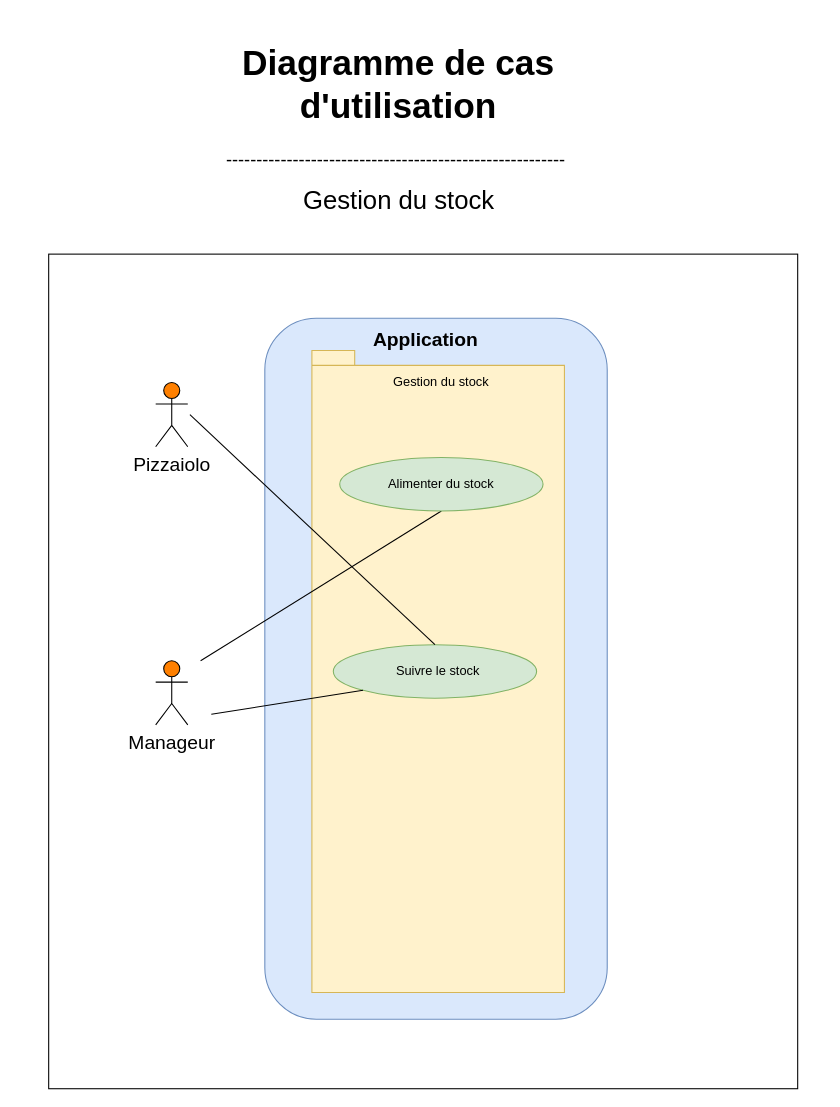
Above: page "Gestion du stock" (4 of 5) of Use case Diagram.drawio in Maayaavi/OC_Project_4 (draw.io), before the change. Source tidied: cells renumbered, new cells numbered last; positions are measured from the earlier drawing's top-left corner, leaving out a move shared by most shapes. Both pictures are drawn from the tidied source at 107%, with x=0, y=0 at pixel (48, 29).
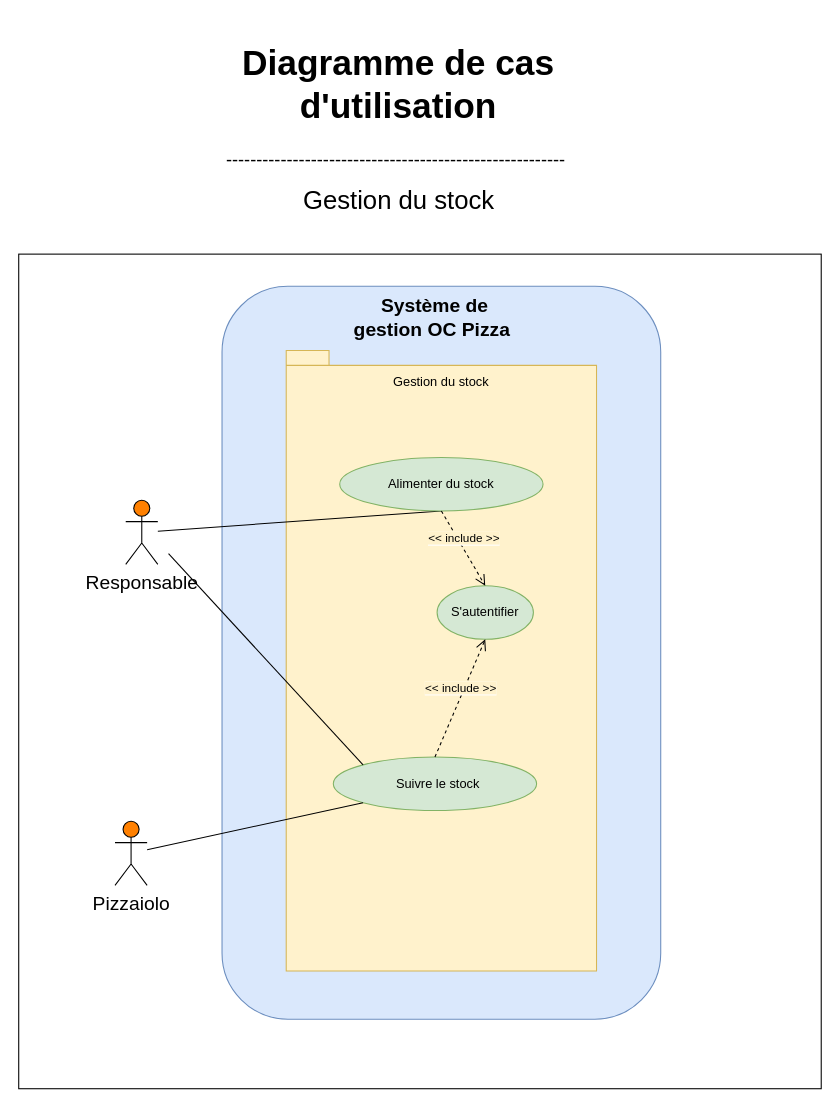
The same diagram, later.

Unchanged cells that the change refers to:
```xml
<mxCell id="10" style="ellipse;whiteSpace=wrap;html=1;fillColor=#d5e8d4;strokeColor=#82b366;" parent="1" vertex="1">
  <mxGeometry x="272" y="400" width="190" height="50" as="geometry" />
</mxCell>
```

What changed in the source:
```diff
@@
     <mxCell id="2" style="whiteSpace=wrap;html=1;" parent="1" vertex="1">
-      <mxGeometry y="210" width="700" height="780" as="geometry" />
+      <mxGeometry x="-28" y="210" width="750" height="780" as="geometry" />
     </mxCell>
@@
     <mxCell id="4" style="rounded=1;whiteSpace=wrap;html=1;fillColor=#dae8fc;strokeColor=#6c8ebf;" parent="1" vertex="1">
-      <mxGeometry x="202" y="270" width="320" height="655" as="geometry" />
+      <mxGeometry x="162" y="240" width="410" height="685" as="geometry" />
     </mxCell>
-    <mxCell id="5" value="Application&amp;nbsp;" style="text;html=1;strokeColor=none;fillColor=none;align=center;verticalAlign=middle;whiteSpace=wrap;rounded=0;fontSize=18;fontStyle=1;glass=0;gradientColor=none;" parent="1" vertex="1">
-      <mxGeometry x="275" y="260" width="160" height="60" as="geometry" />
+    <mxCell id="5" value="Système de gestion OC Pizza&amp;nbsp;" style="text;html=1;strokeColor=none;fillColor=none;align=center;verticalAlign=middle;whiteSpace=wrap;rounded=0;fontSize=18;fontStyle=1;glass=0;gradientColor=none;" parent="1" vertex="1">
+      <mxGeometry x="281" y="240" width="160" height="60" as="geometry" />
     </mxCell>
-    <mxCell id="6" value="Manageur" style="shape=umlActor;verticalLabelPosition=bottom;labelBackgroundColor=#ffffff;verticalAlign=top;html=1;outlineConnect=0;fontSize=18;fillColor=#FF8000;" parent="1" vertex="1">
-      <mxGeometry x="100" y="590" width="30" height="60" as="geometry" />
+    <mxCell id="6" value="Responsable" style="shape=umlActor;verticalLabelPosition=bottom;labelBackgroundColor=#ffffff;verticalAlign=top;html=1;outlineConnect=0;fontSize=18;fillColor=#FF8000;" parent="1" vertex="1">
+      <mxGeometry x="72" y="440" width="30" height="60" as="geometry" />
     </mxCell>
     <mxCell id="7" style="shape=folder;fontStyle=1;spacingTop=10;tabWidth=40;tabHeight=14;tabPosition=left;html=1;fillColor=#fff2cc;strokeColor=#d6b656;" parent="1" vertex="1">
-      <mxGeometry x="246" y="300" width="236" height="600" as="geometry" />
+      <mxGeometry x="222" y="300" width="290" height="580" as="geometry" />
     </mxCell>
-    <mxCell id="8" style="endArrow=none;html=1;entryX=0.5;entryY=1;entryDx=0;entryDy=0;" parent="1" edge="1" target="10">
-      <mxGeometry relative="1" as="geometry">
-        <mxPoint x="142" y="590" as="sourcePoint" />
-      </mxGeometry>
+    <mxCell id="8" style="endArrow=none;html=1;entryX=0.5;entryY=1;entryDx=0;entryDy=0;" parent="1" edge="1" source="6" target="10">
+      <mxGeometry relative="1" as="geometry" />
     </mxCell>
@@
     <mxCell id="12" style="ellipse;whiteSpace=wrap;html=1;fillColor=#d5e8d4;strokeColor=#82b366;" parent="1" vertex="1">
-      <mxGeometry x="266" y="575" width="190" height="50" as="geometry" />
+      <mxGeometry x="266" y="680" width="190" height="50" as="geometry" />
     </mxCell>
     <mxCell id="13" value="Suivre le stock" style="text;html=1;strokeColor=none;fillColor=none;align=center;verticalAlign=middle;whiteSpace=wrap;rounded=0;" parent="1" vertex="1">
-      <mxGeometry x="259" y="590" width="210" height="20" as="geometry" />
+      <mxGeometry x="259" y="695" width="210" height="20" as="geometry" />
     </mxCell>
@@
-    <mxCell id="15" style="endArrow=none;html=1;entryX=0;entryY=1;entryDx=0;entryDy=0;" parent="1" edge="1" target="12">
-      <mxGeometry relative="1" as="geometry">
-        <mxPoint x="152" y="640" as="sourcePoint" />
-      </mxGeometry>
+    <mxCell id="15" style="endArrow=none;html=1;entryX=0;entryY=1;entryDx=0;entryDy=0;" parent="1" edge="1" source="16" target="12">
+      <mxGeometry relative="1" as="geometry" />
     </mxCell>
     <mxCell id="16" value="Pizzaiolo" style="shape=umlActor;verticalLabelPosition=bottom;labelBackgroundColor=#ffffff;verticalAlign=top;html=1;outlineConnect=0;fontSize=18;fillColor=#FF8000;" parent="1" vertex="1">
-      <mxGeometry x="100" y="330" width="30" height="60" as="geometry" />
+      <mxGeometry x="62" y="740" width="30" height="60" as="geometry" />
     </mxCell>
-    <mxCell id="17" style="endArrow=none;html=1;entryX=0.5;entryY=0;entryDx=0;entryDy=0;" parent="1" edge="1" target="12">
+    <mxCell id="17" style="endArrow=none;html=1;entryX=0;entryY=0;entryDx=0;entryDy=0;" parent="1" edge="1" target="12">
       <mxGeometry relative="1" as="geometry">
-        <mxPoint x="132" y="360" as="sourcePoint" />
+        <mxPoint x="112" y="490" as="sourcePoint" />
       </mxGeometry>
     </mxCell>
+    <mxCell id="18" style="ellipse;whiteSpace=wrap;html=1;fillColor=#d5e8d4;strokeColor=#82b366;" parent="1" vertex="1">
+      <mxGeometry x="363" y="520" width="90" height="50" as="geometry" />
+    </mxCell>
+    <mxCell id="19" value="S'autentifier" style="text;html=1;strokeColor=none;fillColor=none;align=center;verticalAlign=middle;whiteSpace=wrap;rounded=0;" parent="1" vertex="1">
+      <mxGeometry x="303" y="535" width="210" height="20" as="geometry" />
+    </mxCell>
+    <mxCell id="20" value="&lt;span style=&quot;background-color: rgb(255 , 242 , 204)&quot;&gt;&amp;lt;&amp;lt; include &amp;gt;&amp;gt;&lt;/span&gt;" style="html=1;verticalAlign=bottom;endArrow=open;dashed=1;endSize=8;entryX=0.5;entryY=1;entryDx=0;entryDy=0;exitX=0.5;exitY=0;exitDx=0;exitDy=0;" parent="1" edge="1" source="12" target="18">
+      <mxGeometry relative="1" as="geometry" />
+    </mxCell>
+    <mxCell id="21" value="&lt;span style=&quot;background-color: rgb(255 , 242 , 204)&quot;&gt;&amp;lt;&amp;lt; include &amp;gt;&amp;gt;&lt;/span&gt;" style="html=1;verticalAlign=bottom;endArrow=open;dashed=1;endSize=8;entryX=0.5;entryY=0;entryDx=0;entryDy=0;exitX=0.5;exitY=1;exitDx=0;exitDy=0;" parent="1" edge="1" source="10" target="18">
+      <mxGeometry relative="1" as="geometry" />
+    </mxCell>
```
